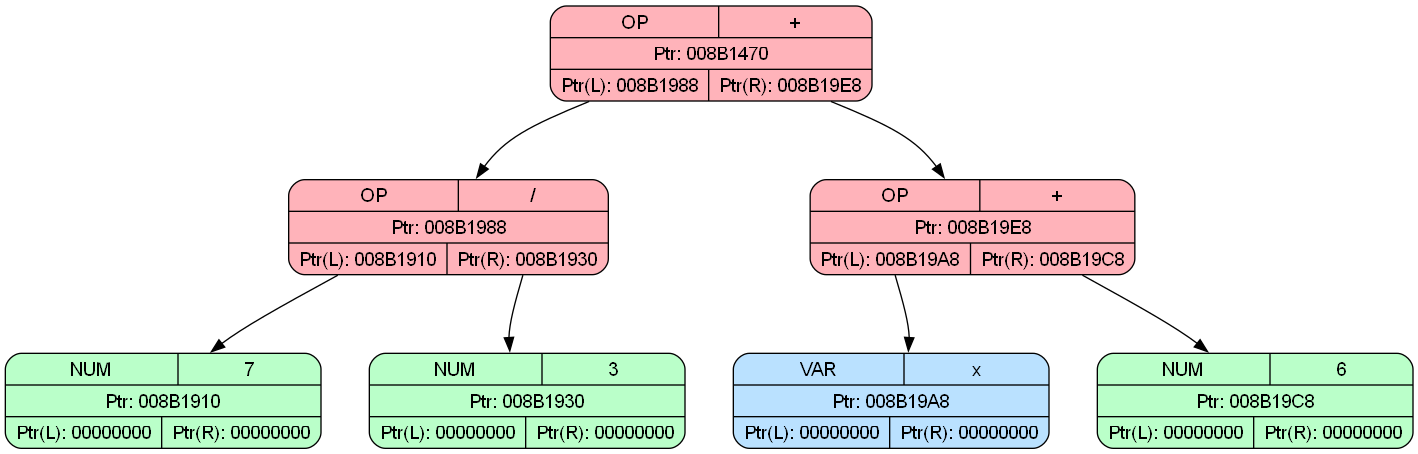
Before: dump.png, a diagram exported from Graphviz (YegorGr/Differentiator). Its source is kept beside it as dump.dot.
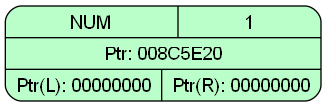
Later version of the same file.

Change to the diagram source:
```diff
@@ -4,17 +4,5 @@
     ranksep=0.8;
     splines=curved;
     node [fontname="Arial"];
-    node_008B1470 [shape=Mrecord, style=filled, fillcolor="#FFB3BA", label="{ { OP | + } | Ptr: 008B1470 | { <left> Ptr(L): 008B1988 | <right> Ptr(R): 008B19E8 } }"];
-    node_008B1988 [shape=Mrecord, style=filled, fillcolor="#FFB3BA", label="{ { OP | / } | Ptr: 008B1988 | { <left> Ptr(L): 008B1910 | <right> Ptr(R): 008B1930 } }"];
-    node_008B1910 [shape=Mrecord, style=filled, fillcolor="#BAFFC9", label="{ { NUM | 7 } | Ptr: 008B1910 | { <left> Ptr(L): 00000000 | <right> Ptr(R): 00000000 } }"];
-    node_008B1988:left -> node_008B1910
-    node_008B1930 [shape=Mrecord, style=filled, fillcolor="#BAFFC9", label="{ { NUM | 3 } | Ptr: 008B1930 | { <left> Ptr(L): 00000000 | <right> Ptr(R): 00000000 } }"];
-    node_008B1988:right -> node_008B1930
-    node_008B1470:left -> node_008B1988
-    node_008B19E8 [shape=Mrecord, style=filled, fillcolor="#FFB3BA", label="{ { OP | + } | Ptr: 008B19E8 | { <left> Ptr(L): 008B19A8 | <right> Ptr(R): 008B19C8 } }"];
-    node_008B19A8 [shape=Mrecord, style=filled, fillcolor="#BAE1FF", label="{ { VAR | x } | Ptr: 008B19A8 | { <left> Ptr(L): 00000000 | <right> Ptr(R): 00000000 } }"];
-    node_008B19E8:left -> node_008B19A8
-    node_008B19C8 [shape=Mrecord, style=filled, fillcolor="#BAFFC9", label="{ { NUM | 6 } | Ptr: 008B19C8 | { <left> Ptr(L): 00000000 | <right> Ptr(R): 00000000 } }"];
-    node_008B19E8:right -> node_008B19C8
-    node_008B1470:right -> node_008B19E8
+    node_008C5E20 [shape=Mrecord, style=filled, fillcolor="#BAFFC9", label="{ { NUM | 1 } | Ptr: 008C5E20 | { <left> Ptr(L): 00000000 | <right> Ptr(R): 00000000 } }"];
 }
```
